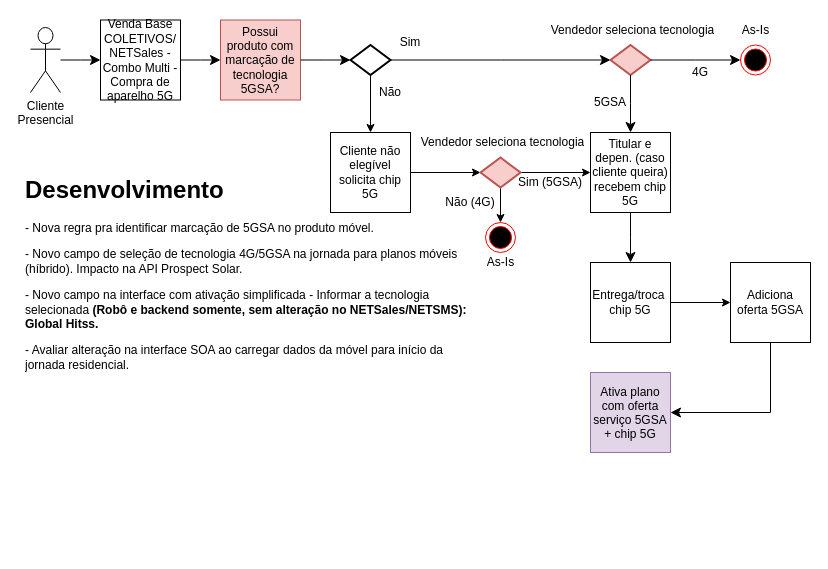
Before: page "Venda Base NETSales" (3 of 4) of 5GSA v2.drawio in samirali/ClaroBrasil, a draw.io diagram. Source tidied: cells renumbered, new cells numbered last; positions are measured from the earlier drawing's top-left corner, leaving out a move shared by most shapes. Both pictures are drawn from the tidied source at 100%, with x=0, y=0 at pixel (20, 20).
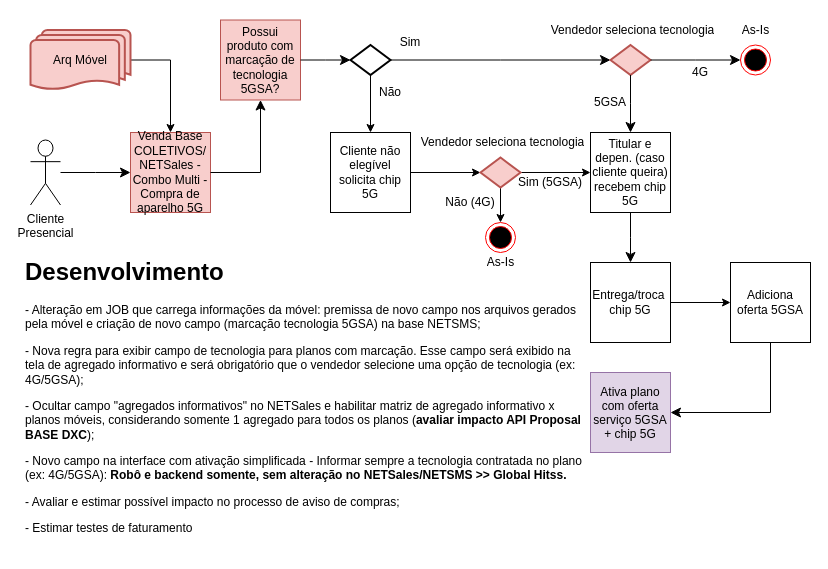
The same page after the edit.

Unchanged cells that the change refers to:
```xml
<mxCell id="5" value="Possui produto com marcação de tecnologia 5GSA?" style="whiteSpace=wrap;html=1;fillColor=#f8cecc;strokeColor=#b85450;" parent="1" vertex="1">
  <mxGeometry x="200" y="-0.5" width="80" height="80" as="geometry" />
</mxCell>
```

What changed in the source:
```diff
@@
-    <mxCell id="2" value="Venda Base COLETIVOS/ NETSales - Combo Multi - Compra de aparelho 5G" style="whiteSpace=wrap;html=1;" parent="1" vertex="1">
-      <mxGeometry x="80" y="-0.5" width="80" height="80" as="geometry" />
+    <mxCell id="2" value="Venda Base COLETIVOS/ NETSales - Combo Multi - Compra de aparelho 5G" style="whiteSpace=wrap;html=1;fillColor=#f8cecc;strokeColor=#b85450;" parent="1" vertex="1">
+      <mxGeometry x="110" y="112" width="80" height="80" as="geometry" />
     </mxCell>
@@
     <mxCell id="7" value="Cliente &lt;br&gt;Presencial" style="shape=umlActor;verticalLabelPosition=bottom;verticalAlign=top;html=1;" parent="1" vertex="1">
-      <mxGeometry x="10" y="7" width="30" height="65" as="geometry" />
+      <mxGeometry x="10" y="119.5" width="30" height="65" as="geometry" />
     </mxCell>
@@
-    <mxCell id="9" style="edgeStyle=elbowEdgeStyle;elbow=horizontal;endArrow=classic;html=1;curved=0;rounded=0;endSize=8;startSize=8;entryX=0;entryY=0.5;entryDx=0;entryDy=0;exitX=1;exitY=0.5;exitDx=0;exitDy=0;" parent="1" edge="1" source="2" target="5">
-      <mxGeometry relative="1" as="geometry" />
+    <mxCell id="9" style="edgeStyle=elbowEdgeStyle;elbow=horizontal;endArrow=classic;html=1;curved=0;rounded=0;endSize=8;startSize=8;entryX=0.5;entryY=1;entryDx=0;entryDy=0;exitX=1;exitY=0.5;exitDx=0;exitDy=0;" parent="1" edge="1" source="2" target="5">
+      <mxGeometry relative="1" as="geometry">
+        <Array as="points">
+          <mxPoint x="240" y="112" />
+        </Array>
+      </mxGeometry>
     </mxCell>
@@
-    <mxCell id="38" value="&lt;h1&gt;Desenvolvimento&lt;/h1&gt;&lt;p style=&quot;border-color: var(--border-color);&quot;&gt;- Nova regra pra identificar marcação de 5GSA no produto móvel.&lt;/p&gt;&lt;p style=&quot;border-color: var(--border-color);&quot;&gt;- Novo campo de seleção de tecnologia 4G/5GSA na jornada para planos móveis (híbrido). Impacto na API Prospect Solar.&lt;br style=&quot;border-color: var(--border-color);&quot;&gt;&lt;/p&gt;&lt;p style=&quot;border-color: var(--border-color);&quot;&gt;- Novo campo na interface com ativação simplificada - Informar a tecnologia selecionada&lt;b style=&quot;border-color: var(--border-color);&quot;&gt;&amp;nbsp;(Robô e backend somente, sem alteração no NETSales/NETSMS): Global Hitss.&lt;/b&gt;&lt;/p&gt;&lt;p style=&quot;border-color: var(--border-color);&quot;&gt;- Avaliar alteração na interface SOA ao carregar dados da móvel para início da jornada residencial.&lt;/p&gt;&lt;p&gt;&lt;br&gt;&lt;/p&gt;&lt;div&gt;&lt;br&gt;&lt;/div&gt;" style="text;html=1;strokeColor=none;fillColor=none;spacing=5;spacingTop=-20;whiteSpace=wrap;overflow=hidden;rounded=0;" parent="1" vertex="1">
-      <mxGeometry y="150" width="460" height="240" as="geometry" />
+    <mxCell id="38" value="&lt;h1&gt;&lt;span style=&quot;background-color: initial;&quot;&gt;&lt;font style=&quot;font-size: 24px;&quot;&gt;Desenvolvimento&lt;/font&gt;&lt;/span&gt;&lt;br&gt;&lt;/h1&gt;&lt;p style=&quot;border-color: var(--border-color);&quot;&gt;- Alteração em JOB que carrega informações da móvel: premissa de novo campo nos arquivos gerados pela móvel e criação de novo campo (marcação tecnologia 5GSA) na base NETSMS;&lt;/p&gt;&lt;p style=&quot;border-color: var(--border-color);&quot;&gt;- Nova regra para exibir campo de tecnologia para planos com marcação. Esse campo será exibido na tela de agregado informativo e será obrigatório que o vendedor selecione uma opção de tecnologia (ex: 4G/5GSA);&lt;/p&gt;&lt;p style=&quot;border-color: var(--border-color);&quot;&gt;- Ocultar campo &quot;agregados informativos&quot; no NETSales e habilitar matriz de agregado informativo x planos móveis, considerando somente 1 agregado para todos os planos (&lt;b&gt;a&lt;/b&gt;&lt;b style=&quot;border-color: var(--border-color);&quot;&gt;valiar impacto API Proposal BASE DXC&lt;/b&gt;);&lt;/p&gt;&lt;p style=&quot;border-color: var(--border-color);&quot;&gt;- Novo campo na interface com ativação simplificada - Informar sempre a tecnologia contratada no plano (ex: 4G/5GSA):&amp;nbsp;&lt;b style=&quot;border-color: var(--border-color); background-color: initial;&quot;&gt;Robô e backend somente, sem alteração no NETSales/NETSMS &amp;gt;&amp;gt; Global Hitss.&lt;/b&gt;&lt;br style=&quot;border-color: var(--border-color);&quot;&gt;&lt;/p&gt;&lt;p style=&quot;border-color: var(--border-color);&quot;&gt;- Avaliar e estimar possível impacto no processo de aviso de compras;&lt;/p&gt;&lt;p style=&quot;border-color: var(--border-color);&quot;&gt;- Estimar testes de faturamento&lt;/p&gt;&lt;p style=&quot;border-color: var(--border-color);&quot;&gt;&lt;br style=&quot;border-color: var(--border-color);&quot;&gt;&lt;/p&gt;&lt;div style=&quot;border-color: var(--border-color);&quot;&gt;&lt;br style=&quot;border-color: var(--border-color);&quot;&gt;&lt;/div&gt;&lt;div&gt;&lt;br&gt;&lt;/div&gt;" style="text;html=1;strokeColor=none;fillColor=none;spacing=5;spacingTop=-20;whiteSpace=wrap;overflow=hidden;rounded=0;" parent="1" vertex="1">
+      <mxGeometry y="232" width="570" height="300" as="geometry" />
     </mxCell>
+    <mxCell id="39" style="edgeStyle=orthogonalEdgeStyle;rounded=0;jettySize=auto;html=1;entryX=0.5;entryY=0;entryDx=0;entryDy=0;exitX=1;exitY=0.5;exitDx=0;exitDy=0;exitPerimeter=0;" parent="1" edge="1" source="40" target="2">
+      <mxGeometry relative="1" as="geometry" />
+    </mxCell>
+    <mxCell id="40" value="Arq Móvel" style="strokeWidth=2;html=1;shape=mxgraph.flowchart.multi-document;whiteSpace=wrap;fillColor=#f8cecc;strokeColor=#b85450;" parent="1" vertex="1">
+      <mxGeometry x="10" y="9.5" width="100" height="60" as="geometry" />
+    </mxCell>
```
